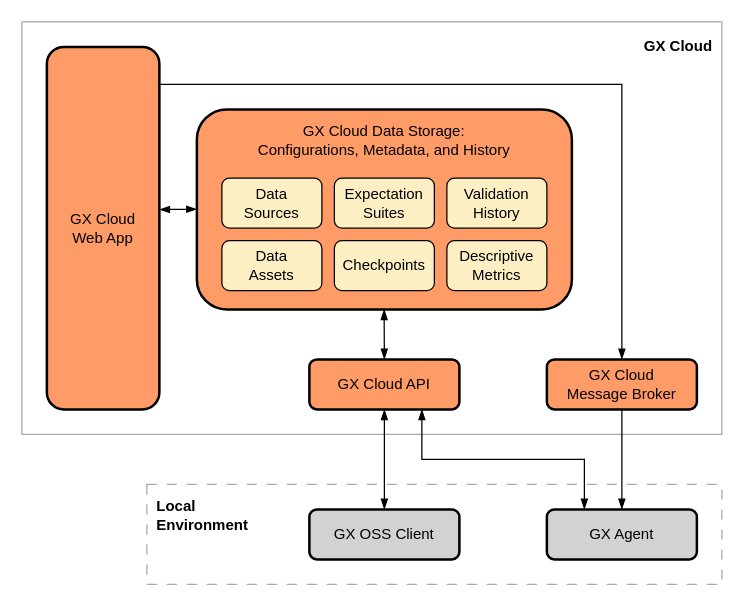
Before: page "gx-cloud-architecture" (1 of 4) of docs/docusaurus/docs/cloud/architecture_deployment_images/gx_cloud_architecture_and_deployment_diagrams.drawio in great-expectations/great_expectations, a draw.io diagram. Source tidied: cells renumbered, new cells numbered last; positions are measured from the earlier drawing's top-left corner, leaving out a move shared by most shapes. Both pictures are drawn from the tidied source at 125%, with x=0, y=0 at pixel (21, 21).
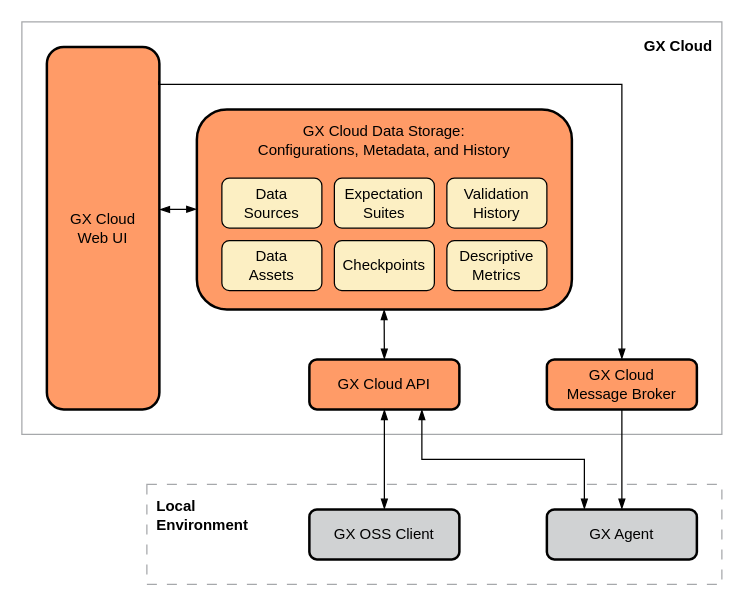
The same page after the edit.

What changed in the source:
```diff
@@
-    <mxCell id="8" value="GX Cloud&lt;br&gt;Web App" style="rounded=1;whiteSpace=wrap;html=1;strokeWidth=2;fillColor=#FF9B67;" parent="1" vertex="1">
+    <mxCell id="8" value="GX Cloud&lt;br&gt;Web UI" style="rounded=1;whiteSpace=wrap;html=1;strokeWidth=2;fillColor=#FF9B67;" parent="1" vertex="1">
       <mxGeometry x="20" y="20" width="90" height="290" as="geometry" />
     </mxCell>
```
